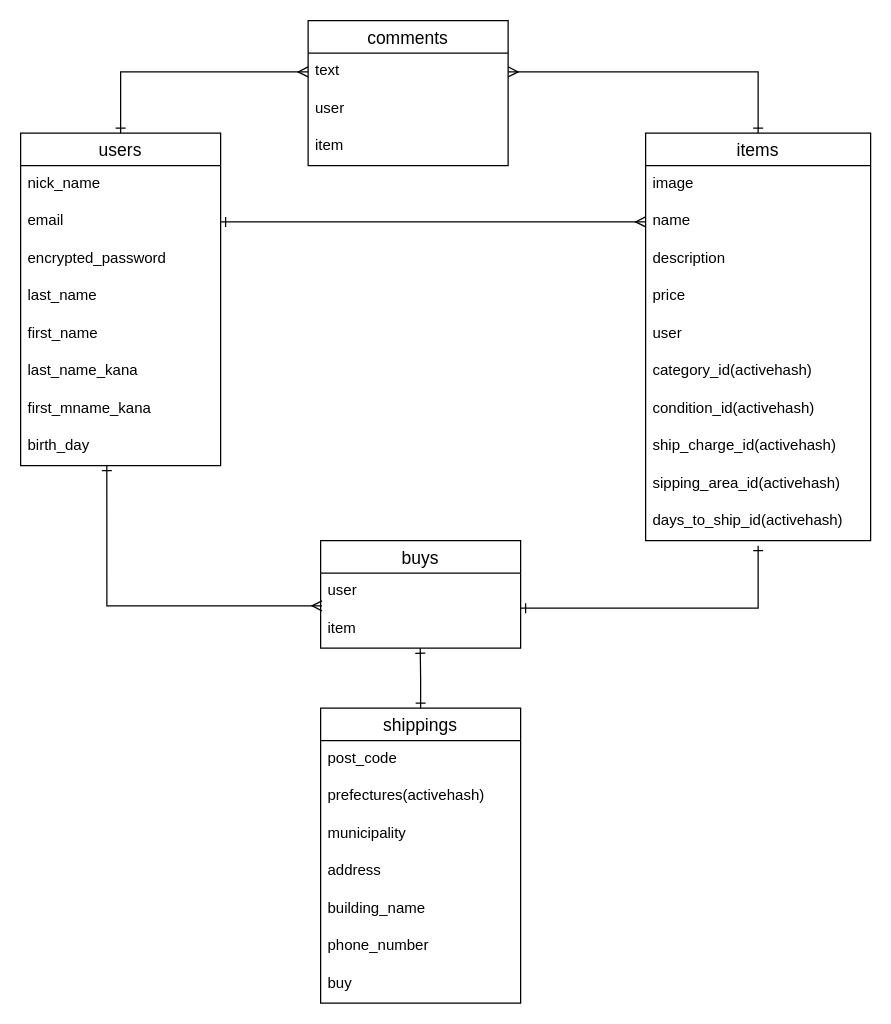
Kazuki3dayo/furima-31103 keeps this draw.io diagram as page "ページ1" (1 of 2) of ER.dio. Above is the earlier version. Source tidied: cells renumbered, new cells numbered last; positions are measured from the earlier drawing's top-left corner, leaving out a move shared by most shapes. Both pictures are drawn from the tidied source at 125%, with x=0, y=0 at pixel (20, 20).
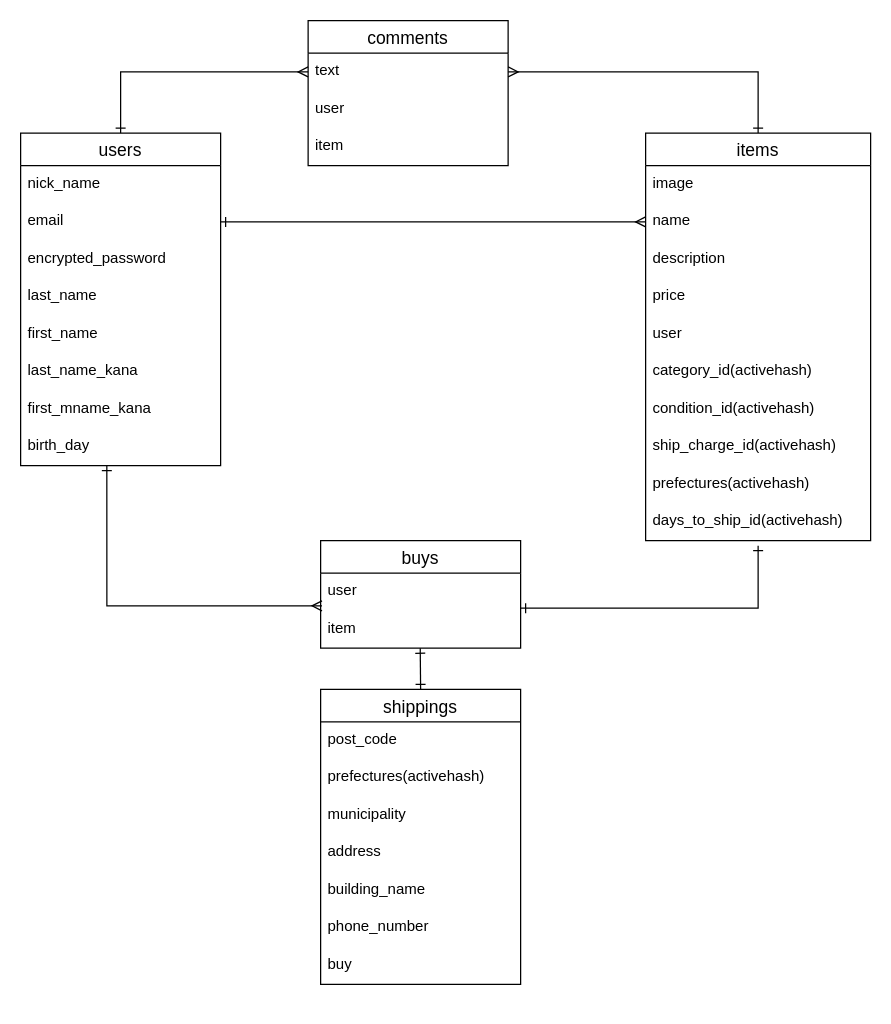
The same page after the edit.

Commit message (it also covers changes not shown here):
ER図、README修正_3

The change refers to these unchanged cells:
```xml
<mxCell id="15" value="items" style="swimlane;fontStyle=0;horizontal=1;startSize=26;align=center;fontSize=14;" parent="1" vertex="1">
  <mxGeometry x="500" y="90" width="180" height="326" as="geometry" />
</mxCell>
```

What changed in the source:
```diff
@@
-    <mxCell id="24" value="sipping_area_id(activehash)" style="text;strokeColor=none;fillColor=none;spacingLeft=4;spacingRight=4;overflow=hidden;fontSize=12;" parent="15" vertex="1">
+    <mxCell id="24" value="prefectures(activehash)" style="text;strokeColor=none;fillColor=none;spacingLeft=4;spacingRight=4;overflow=hidden;fontSize=12;" parent="15" vertex="1">
       <mxGeometry y="266" width="180" height="30" as="geometry" />
     </mxCell>
@@
     <mxCell id="35" value="shippings" style="swimlane;fontStyle=0;horizontal=1;startSize=26;align=center;fontSize=14;" parent="1" vertex="1">
-      <mxGeometry x="240" y="550" width="160" height="236" as="geometry" />
+      <mxGeometry x="240" y="535" width="160" height="236" as="geometry" />
     </mxCell>
```
